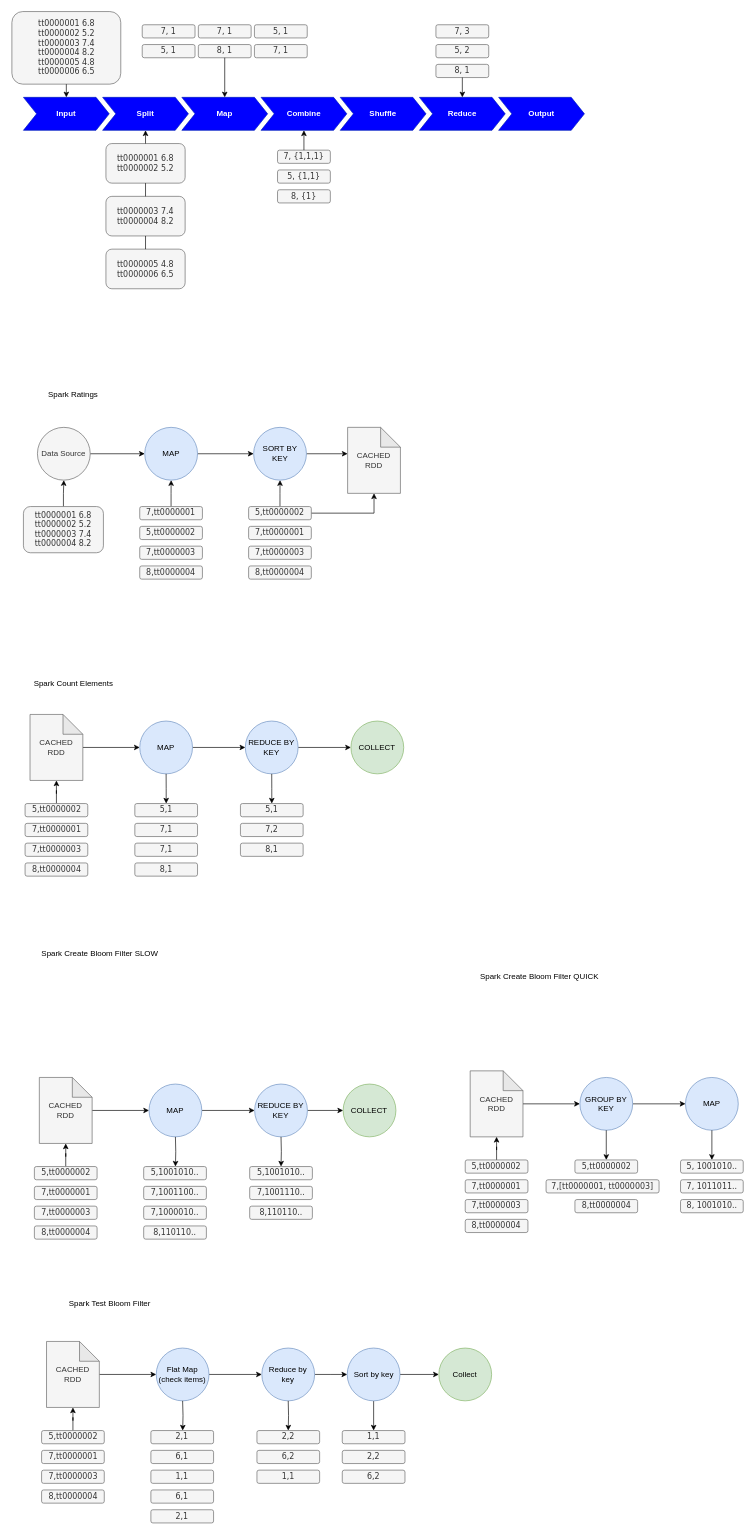
Earlier version of the draw.io diagram diagrams.drawio (MacroBet/cloud_computing_project). Source tidied: cells renumbered, new cells numbered last; positions are measured from the earlier drawing's top-left corner, leaving out a move shared by most shapes. Both pictures are drawn from the tidied source at 66%, with x=0, y=0 at pixel (11, 11).
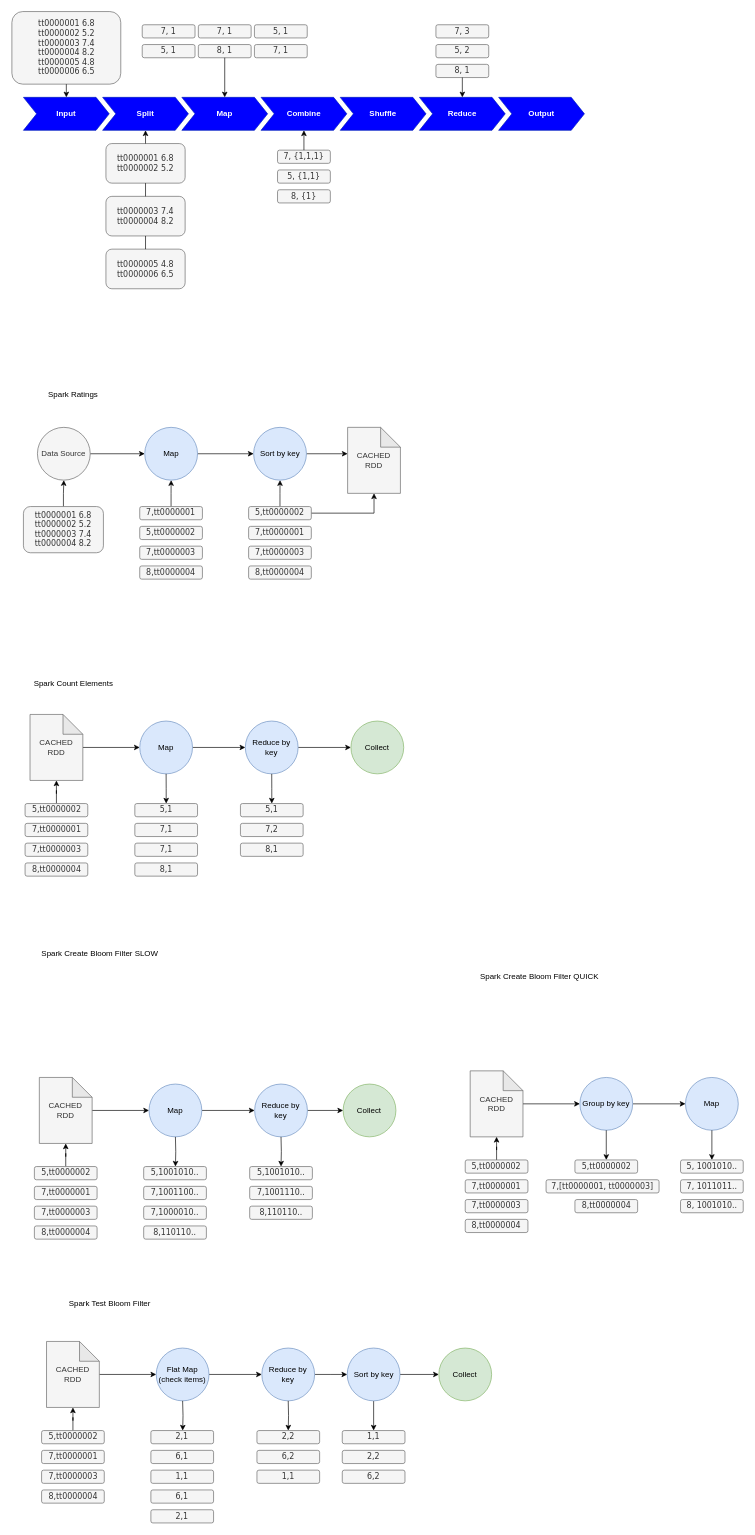
The same page after the edit.

What changed in the source:
```diff
@@
-    <mxCell id="35" value="MAP" style="ellipse;whiteSpace=wrap;html=1;fillColor=#dae8fc;strokeColor=#6c8ebf;" parent="1" vertex="1">
+    <mxCell id="35" value="Map" style="ellipse;whiteSpace=wrap;html=1;fillColor=#dae8fc;strokeColor=#6c8ebf;" parent="1" vertex="1">
       <mxGeometry x="201.8" y="630" width="80" height="80" as="geometry" />
     </mxCell>
@@
-    <mxCell id="44" value="SORT BY KEY" style="ellipse;whiteSpace=wrap;html=1;fillColor=#dae8fc;strokeColor=#6c8ebf;" parent="1" vertex="1">
+    <mxCell id="44" value="Sort by key" style="ellipse;whiteSpace=wrap;html=1;fillColor=#dae8fc;strokeColor=#6c8ebf;" parent="1" vertex="1">
       <mxGeometry x="366.8" y="630" width="80" height="80" as="geometry" />
     </mxCell>
@@
-    <mxCell id="62" value="MAP" style="ellipse;whiteSpace=wrap;html=1;fillColor=#dae8fc;strokeColor=#6c8ebf;" parent="1" vertex="1">
+    <mxCell id="62" value="Map" style="ellipse;whiteSpace=wrap;html=1;fillColor=#dae8fc;strokeColor=#6c8ebf;" parent="1" vertex="1">
       <mxGeometry x="194.2" y="1075" width="80" height="80" as="geometry" />
     </mxCell>
@@
-    <mxCell id="69" value="REDUCE BY KEY" style="ellipse;whiteSpace=wrap;html=1;fillColor=#dae8fc;strokeColor=#6c8ebf;" parent="1" vertex="1">
+    <mxCell id="69" value="Reduce by key" style="ellipse;whiteSpace=wrap;html=1;fillColor=#dae8fc;strokeColor=#6c8ebf;" parent="1" vertex="1">
       <mxGeometry x="354.2" y="1075" width="80" height="80" as="geometry" />
     </mxCell>
@@
-    <mxCell id="83" value="GROUP BY KEY" style="ellipse;whiteSpace=wrap;html=1;fillColor=#dae8fc;strokeColor=#6c8ebf;" parent="1" vertex="1">
+    <mxCell id="83" value="Group by key" style="ellipse;whiteSpace=wrap;html=1;fillColor=#dae8fc;strokeColor=#6c8ebf;" parent="1" vertex="1">
       <mxGeometry x="861.1" y="1615" width="80" height="80" as="geometry" />
     </mxCell>
@@
-    <mxCell id="88" value="MAP" style="ellipse;whiteSpace=wrap;html=1;fillColor=#dae8fc;strokeColor=#6c8ebf;" parent="1" vertex="1">
+    <mxCell id="88" value="Map" style="ellipse;whiteSpace=wrap;html=1;fillColor=#dae8fc;strokeColor=#6c8ebf;" parent="1" vertex="1">
       <mxGeometry x="1021.1" y="1615" width="80" height="80" as="geometry" />
     </mxCell>
@@
-    <mxCell id="102" value="MAP" style="ellipse;whiteSpace=wrap;html=1;fillColor=#dae8fc;strokeColor=#6c8ebf;" parent="1" vertex="1">
+    <mxCell id="102" value="Map" style="ellipse;whiteSpace=wrap;html=1;fillColor=#dae8fc;strokeColor=#6c8ebf;" parent="1" vertex="1">
       <mxGeometry x="208.3" y="1625" width="80" height="80" as="geometry" />
     </mxCell>
@@
-    <mxCell id="105" value="REDUCE BY KEY" style="ellipse;whiteSpace=wrap;html=1;fillColor=#dae8fc;strokeColor=#6c8ebf;" parent="1" vertex="1">
+    <mxCell id="105" value="Reduce by key" style="ellipse;whiteSpace=wrap;html=1;fillColor=#dae8fc;strokeColor=#6c8ebf;" parent="1" vertex="1">
       <mxGeometry x="368.3" y="1625" width="80" height="80" as="geometry" />
     </mxCell>
@@
-    <mxCell id="135" value="COLLECT" style="ellipse;whiteSpace=wrap;html=1;fillColor=#d5e8d4;strokeColor=#82b366;" parent="1" vertex="1">
+    <mxCell id="135" value="Collect" style="ellipse;whiteSpace=wrap;html=1;fillColor=#d5e8d4;strokeColor=#82b366;" parent="1" vertex="1">
       <mxGeometry x="514.2" y="1075" width="80" height="80" as="geometry" />
     </mxCell>
-    <mxCell id="136" value="COLLECT" style="ellipse;whiteSpace=wrap;html=1;fillColor=#d5e8d4;strokeColor=#82b366;" parent="1" vertex="1">
+    <mxCell id="136" value="Collect" style="ellipse;whiteSpace=wrap;html=1;fillColor=#d5e8d4;strokeColor=#82b366;" parent="1" vertex="1">
       <mxGeometry x="502.4" y="1625" width="80" height="80" as="geometry" />
     </mxCell>
```
